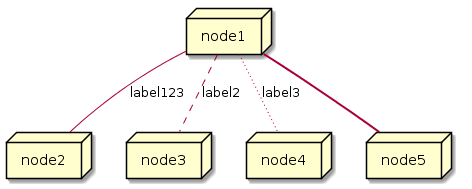
Earlier version of the PlantUML export images/plantuml-diagram.png (mrduguo/asciidoctor.org).
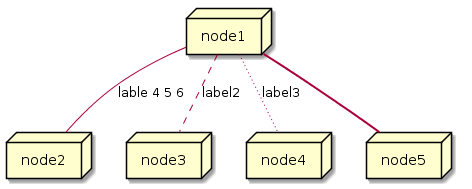
The same file after the commit.

The edit, as a diff of the source:
```diff
@@ -5,7 +5,7 @@
 node node3
 node node4
 node node5
-node1 -- node2 : label123
+node1 -- node2 : lable 4 5 6
 node1 .. node3 : label2
 node1 ~~ node4 : label3
 node1 == node5
```
